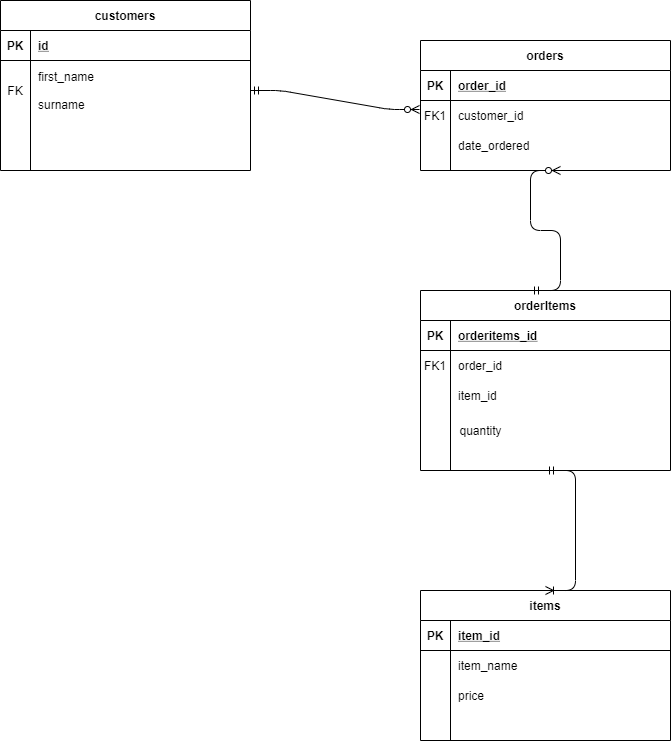
mattgarbettQA/ims-demo keeps this draw.io diagram as Project Documents/ERD.png. Above is the earlier version. Source tidied: cells renumbered, new cells last; positions are measured from the earlier drawing's top-left corner, leaving out a move shared by most shapes.
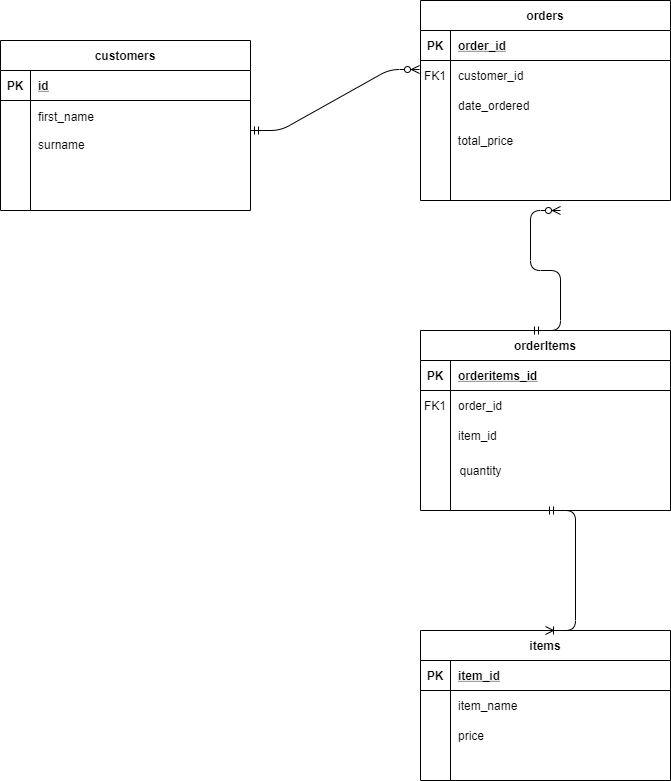
Later version of the same file.

The edit, as a diff of the source:
```diff
@@ -3,7 +3,7 @@
     <mxCell id="0" />
     <mxCell id="1" parent="0" />
     <mxCell id="2" value="orders" style="shape=table;startSize=30;rowLines=0;fontStyle=1;align=center;" parent="1" vertex="1">
-      <mxGeometry x="420" y="40" width="250" height="130" as="geometry" />
+      <mxGeometry x="420" y="-40" width="250" height="200" as="geometry" />
     </mxCell>
     <mxCell id="3" style="shape=partialRectangle;fillColor=none;top=0;left=0;right=0;bottom=1;" parent="2" vertex="1">
       <mxGeometry y="30" width="250" height="30" as="geometry" />
@@ -77,7 +77,7 @@
     <mxCell id="26" style="shape=partialRectangle;fillColor=none;points=[[0,0.5],[1,0.5]];portConstraint=eastwest;top=0;left=0;right=0;bottom=0;" parent="22" vertex="1">
       <mxGeometry y="60" width="250" height="60" as="geometry" />
     </mxCell>
-    <mxCell id="27" value="FK" style="shape=partialRectangle;overflow=hidden;fillColor=none;top=0;left=0;bottom=0;right=0;" parent="26" vertex="1">
+    <mxCell id="27" style="shape=partialRectangle;overflow=hidden;fillColor=none;top=0;left=0;bottom=0;right=0;" parent="26" vertex="1">
       <mxGeometry width="30" height="60" as="geometry" />
     </mxCell>
     <mxCell id="28" value="first_name&#10;&#10;surname" style="shape=partialRectangle;overflow=hidden;fillColor=none;top=0;left=0;bottom=0;right=0;align=left;spacingLeft=6;" parent="26" vertex="1">
@@ -137,5 +137,8 @@
     <mxCell id="45" style="edgeStyle=entityRelationEdgeStyle;fontSize=12;html=1;endArrow=ERoneToMany;startArrow=ERmandOne;entryX=0.5;entryY=0;entryDx=0;entryDy=0;exitX=0.5;exitY=1;exitDx=0;exitDy=0;" parent="1" edge="1" source="12" target="30">
       <mxGeometry relative="1" as="geometry" />
     </mxCell>
+    <mxCell id="46" value="total_price" style="text;html=1;align=center;verticalAlign=middle;" parent="1" vertex="1">
+      <mxGeometry x="450" y="90" width="70" height="20" as="geometry" />
+    </mxCell>
   </root>
 </mxGraphModel>
```
